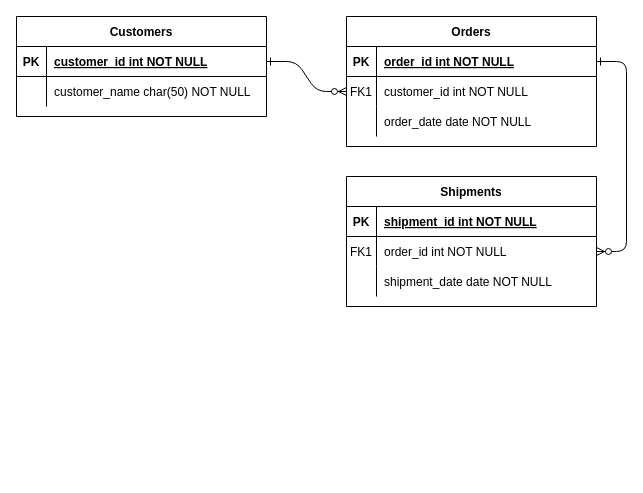
Nevermore-dh/diagrams keeps this draw.io diagram as 未命名绘图.drawio. Above is the earlier version. Source tidied: cells renumbered, new cells numbered last; positions are measured from the earlier drawing's top-left corner, leaving out a move shared by most shapes. Both pictures are drawn from the tidied source at 100%, with x=0, y=0 at pixel (16, 16).
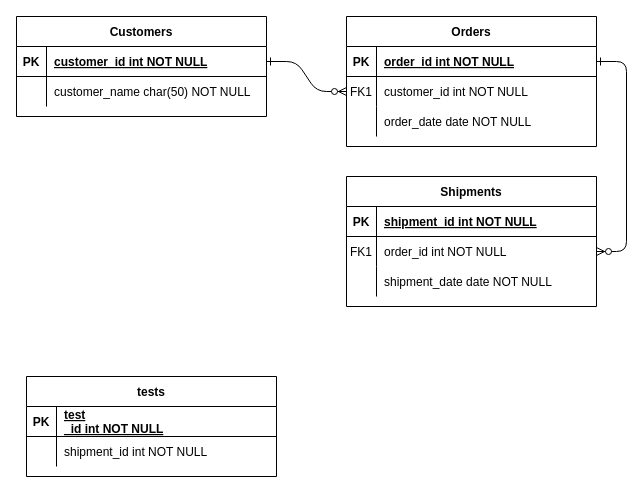
After the change.

Diff of the diagram source:
```diff
@@
+    <mxCell id="31" value="tests" style="shape=table;startSize=30;childLayout=tableLayout;rowLines=0;fontStyle=1;align=center;" parent="1" vertex="1">
+      <mxGeometry x="10" y="360" width="250" height="100" as="geometry" />
+    </mxCell>
+    <mxCell id="32" style="shape=partialRectangle;fillColor=none;top=0;left=0;right=0;bottom=1;" parent="31" vertex="1">
+      <mxGeometry y="30" width="250" height="30" as="geometry" />
+    </mxCell>
+    <mxCell id="33" value="PK" style="shape=partialRectangle;overflow=hidden;fillColor=none;top=0;left=0;bottom=0;right=0;fontStyle=1;" parent="32" vertex="1">
+      <mxGeometry width="30" height="30" as="geometry" />
+    </mxCell>
+    <mxCell id="34" value="test&#10;_id int NOT NULL " style="shape=partialRectangle;overflow=hidden;fillColor=none;top=0;left=0;bottom=0;right=0;align=left;spacingLeft=6;fontStyle=5;" parent="32" vertex="1">
+      <mxGeometry x="30" width="220" height="30" as="geometry" />
+    </mxCell>
+    <mxCell id="35" style="shape=partialRectangle;fillColor=none;top=0;left=0;right=0;bottom=0;" parent="31" vertex="1">
+      <mxGeometry y="60" width="250" height="30" as="geometry" />
+    </mxCell>
+    <mxCell id="36" style="shape=partialRectangle;overflow=hidden;fillColor=none;top=0;left=0;bottom=0;right=0;" parent="35" vertex="1">
+      <mxGeometry width="30" height="30" as="geometry" />
+    </mxCell>
+    <mxCell id="37" value="shipment_id int NOT NULL" style="shape=partialRectangle;overflow=hidden;fillColor=none;top=0;left=0;bottom=0;right=0;align=left;spacingLeft=6;" parent="35" vertex="1">
+      <mxGeometry x="30" width="220" height="30" as="geometry" />
+    </mxCell>
```
